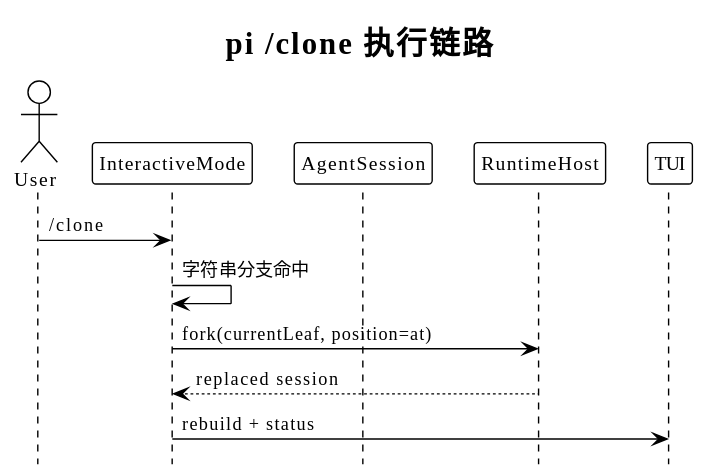
The PlantUML diagram diagrams/builtin-command/03-pi-clone-flow.svg in superheromeZzh/pi-mono-java-design, before a commit. The source it was exported from:
```plantuml
@startuml
!theme plain
!pragma layout smetana
skinparam defaultFontName "PingFang SC"
skinparam shadowing false
skinparam backgroundColor transparent
hide footbox
title pi /clone 执行链路

actor User as U
participant InteractiveMode as I
participant AgentSession as S
participant RuntimeHost as R
participant TUI as T

U -> I : /clone
I -> I : 字符串分支命中
I -> R : fork(currentLeaf, position=at)
R --> I : replaced session
I -> T : rebuild + status
@enduml
```
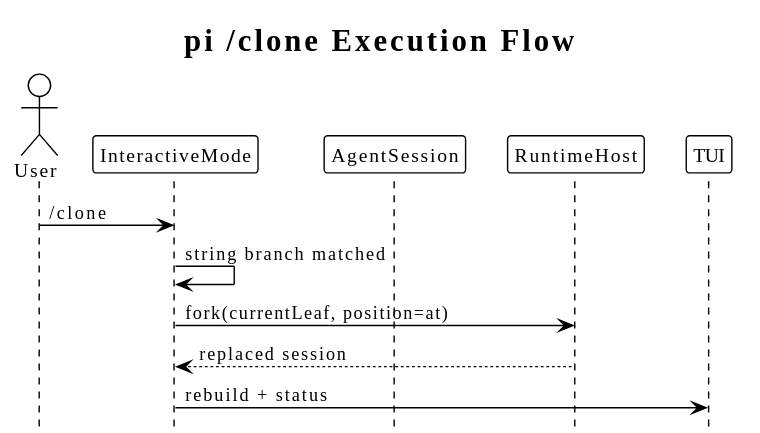
Above is the later version.

The edit, as a diff of the source:
```diff
@@ -1,11 +1,11 @@
 @startuml
 !theme plain
 !pragma layout smetana
-skinparam defaultFontName "PingFang SC"
+skinparam defaultFontName "SansSerif"
 skinparam shadowing false
 skinparam backgroundColor transparent
 hide footbox
-title pi /clone 执行链路
+title pi /clone Execution Flow
 
 actor User as U
 participant InteractiveMode as I
@@ -14,7 +14,7 @@
 participant TUI as T
 
 U -> I : /clone
-I -> I : 字符串分支命中
+I -> I : string branch matched
 I -> R : fork(currentLeaf, position=at)
 R --> I : replaced session
 I -> T : rebuild + status
```
